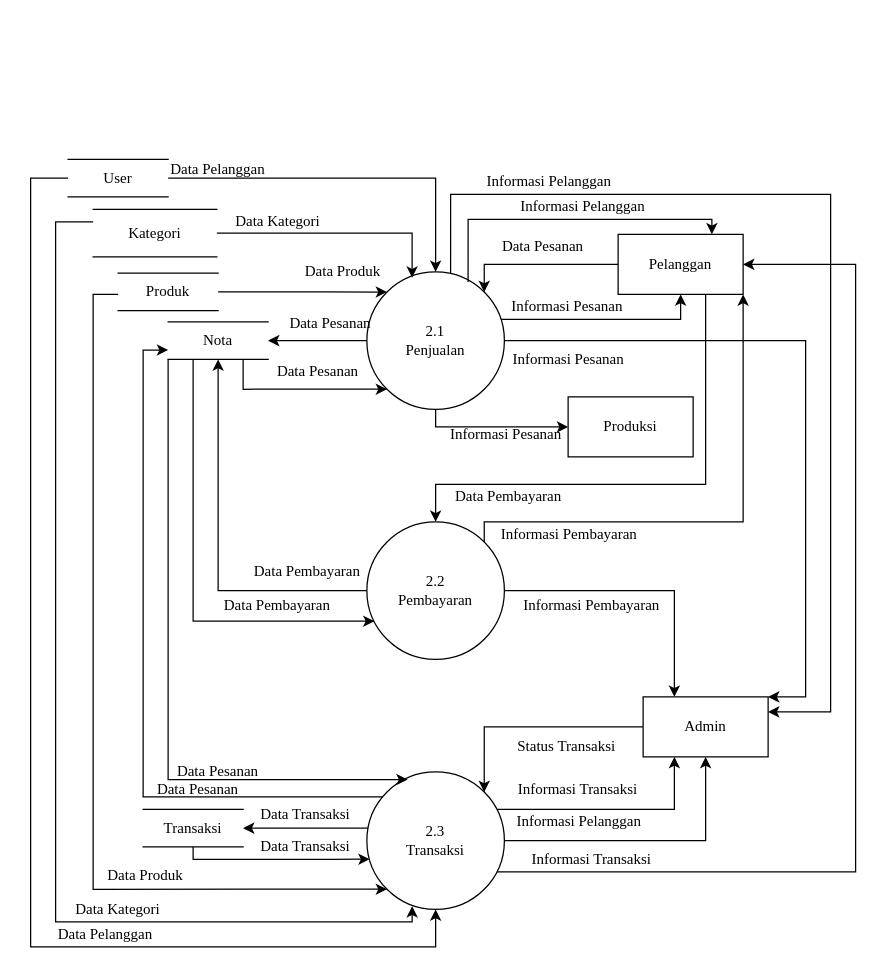
This is page "DFD Level 1 Penjualan Revisi" (21 of 22) of TA.drawio from angelinahandini/TA, a draw.io file, before an edit. Source tidied: cells renumbered, new cells numbered last; positions are measured from the earlier drawing's top-left corner, leaving out a move shared by most shapes. Both pictures are drawn from the tidied source at 125%, with x=0, y=0 at pixel (30, 21).
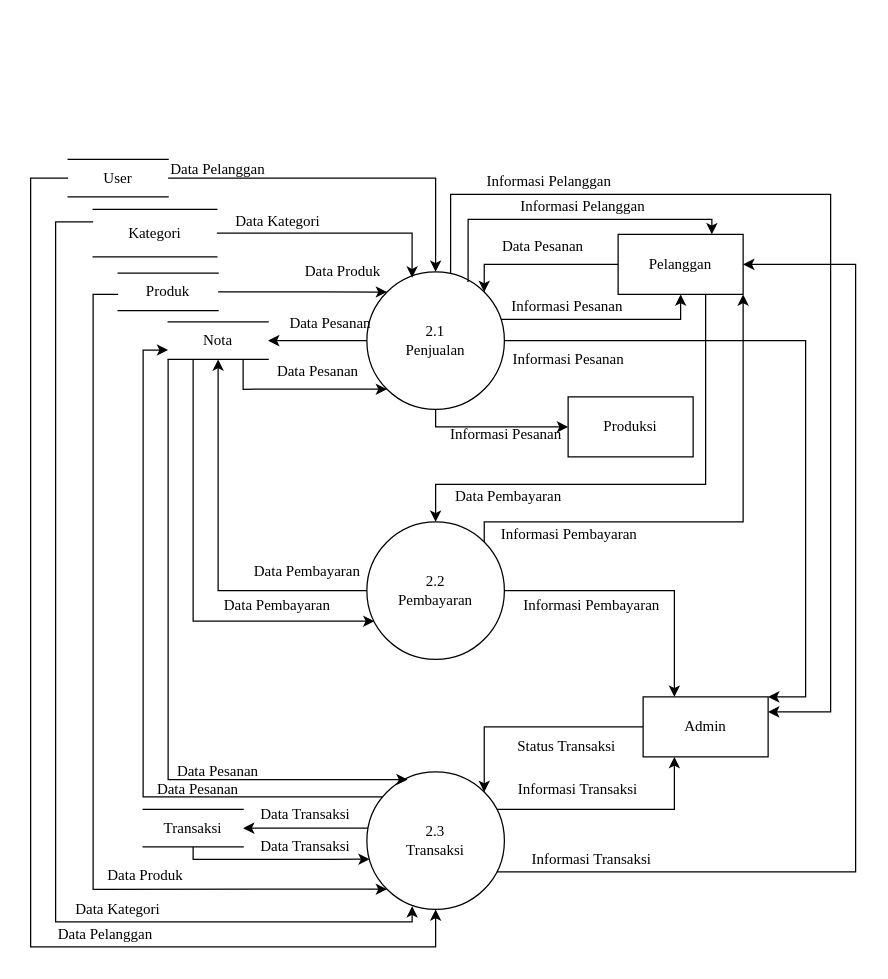
After the change.

The change refers to these unchanged cells:
```xml
<mxCell id="2" style="group;fontFamily=Times New Roman;" parent="1" vertex="1">
  <mxGeometry width="660" height="740" as="geometry" />
</mxCell>
<mxCell id="5" value="2.3&lt;br&gt;Transaksi" style="ellipse;whiteSpace=wrap;html=1;verticalAlign=middle;fontFamily=Times New Roman;" parent="2" vertex="1">
  <mxGeometry x="269" y="600" width="110" height="110" as="geometry" />
</mxCell>
<mxCell id="41" value="Admin" style="whiteSpace=wrap;html=1;align=center;fontFamily=Times New Roman;" parent="2" vertex="1">
  <mxGeometry x="490" y="540" width="100" height="48" as="geometry" />
</mxCell>
```

Change to the diagram source:
```diff
@@
-    <mxCell id="45" style="edgeStyle=orthogonalEdgeStyle;rounded=0;jettySize=auto;html=1;entryX=0.5;entryY=1;entryDx=0;entryDy=0;" parent="2" edge="1" source="5" target="41">
-      <mxGeometry relative="1" as="geometry" />
-    </mxCell>
@@
-    <mxCell id="66" value="Informasi Pelanggan" style="text;html=1;strokeColor=none;fillColor=none;align=center;verticalAlign=middle;whiteSpace=wrap;rounded=0;fontFamily=Times New Roman;" parent="2" vertex="1">
-      <mxGeometry x="379.5" y="630" width="117.5" height="20" as="geometry" />
-    </mxCell>
```
